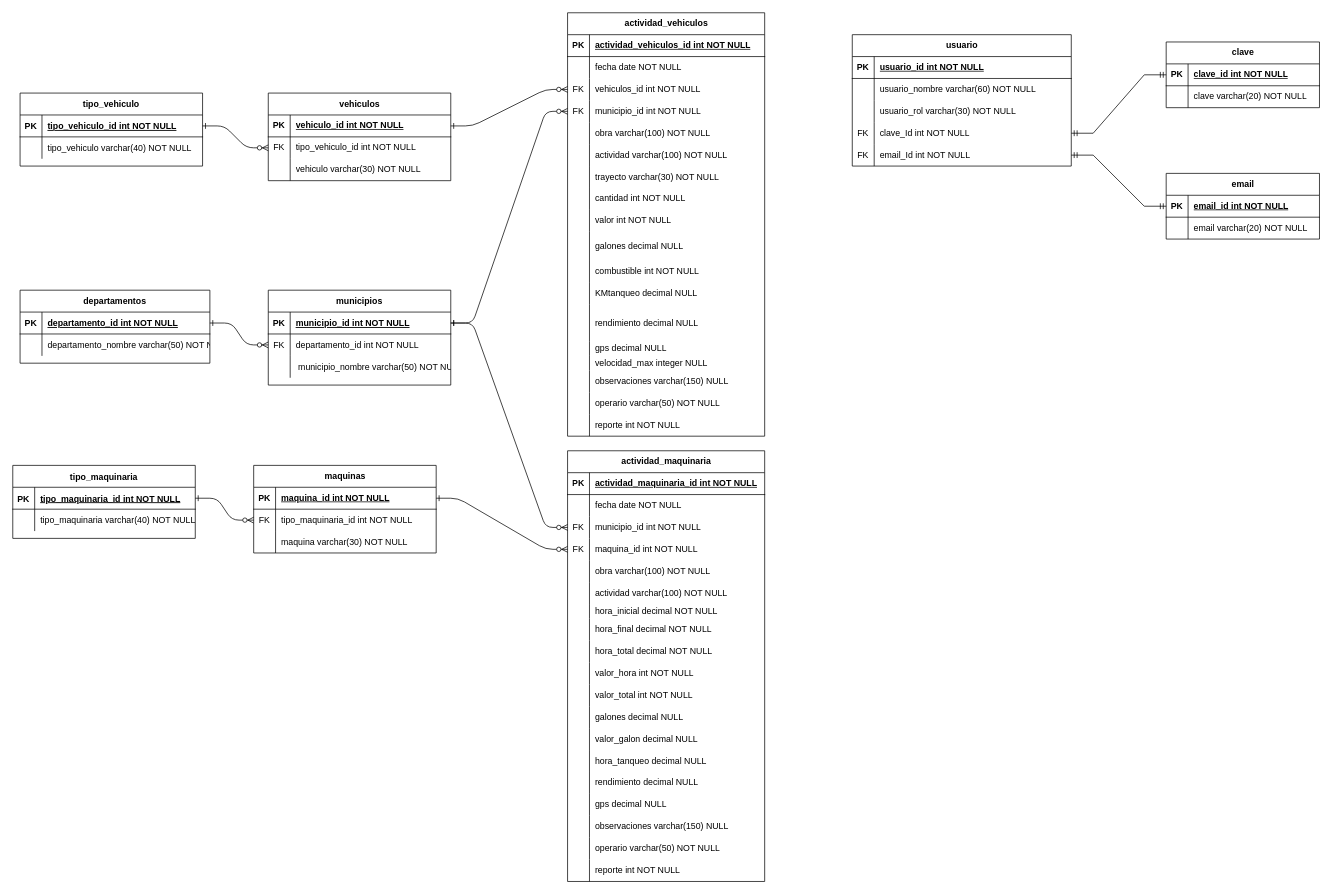
This is MER/gestionMaquinaria&Vehiculos.drawio from MasacradorM/Gestion-de-Maquinaria-y-Vehiculos, a draw.io file, before an edit. Source tidied: cells renumbered, new cells numbered last; positions are measured from the earlier drawing's top-left corner, leaving out a move shared by most shapes. Both pictures are drawn from the tidied source at 73%, with x=0, y=0 at pixel (12, 12).
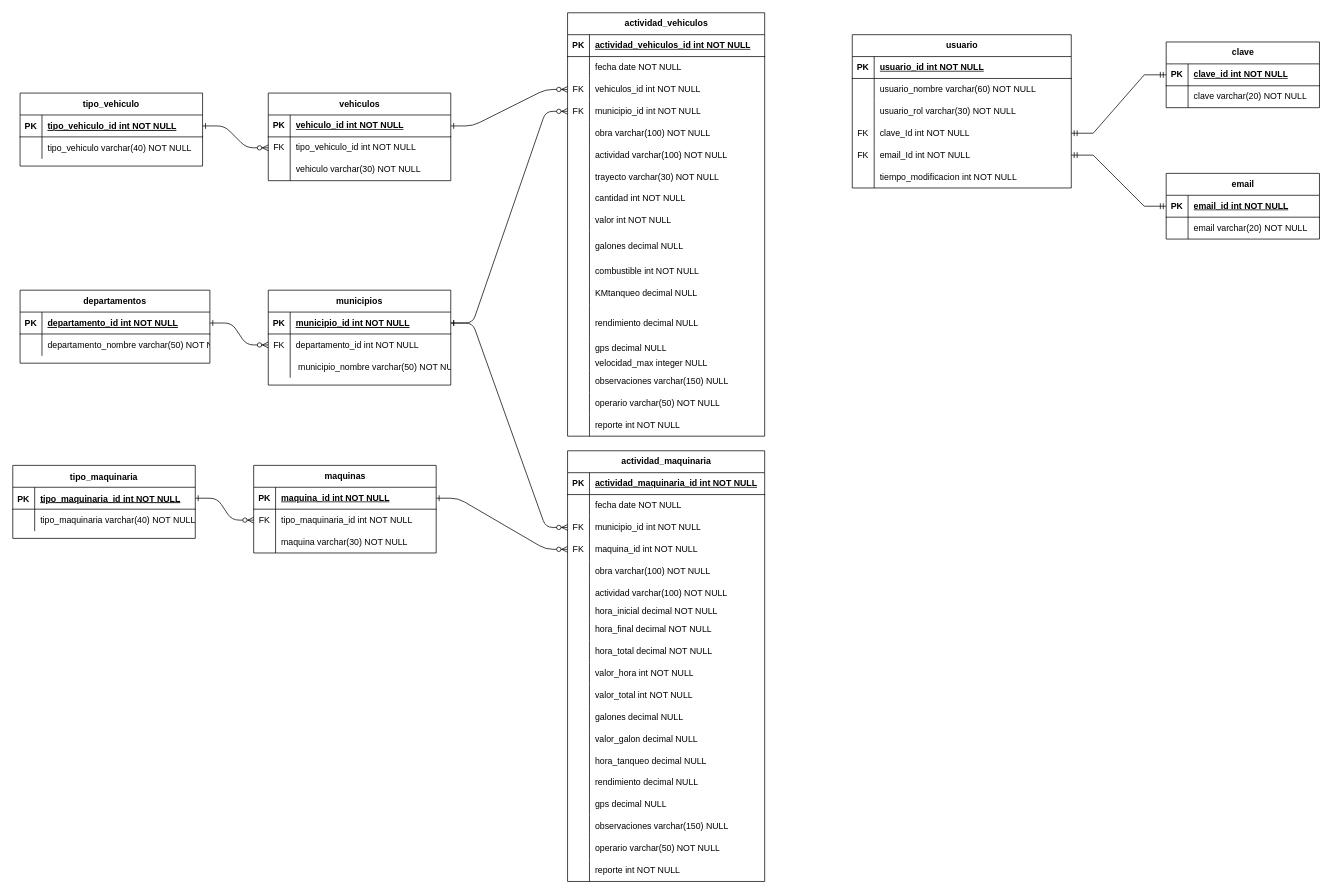
Above is the later version.

Commit message:
añadición del campo tiempo modificación

The edit, as a diff of the source:
```diff
@@
     <mxCell id="173" value="usuario" style="shape=table;startSize=30;childLayout=tableLayout;rowLines=0;fontStyle=1;align=center;html=1;" parent="1" vertex="1">
-      <mxGeometry x="1150" y="30" width="300" height="180" as="geometry" />
+      <mxGeometry x="1150" y="30" width="300" height="210" as="geometry" />
     </mxCell>
@@
+    <mxCell id="205" style="shape=tableRow;horizontal=0;startSize=0;swimlaneHead=0;swimlaneBody=0;fillColor=none;top=0;left=0;right=0;bottom=0;" parent="173" vertex="1">
+      <mxGeometry y="180" width="300" height="30" as="geometry" />
+    </mxCell>
+    <mxCell id="206" style="shape=partialRectangle;fillColor=none;top=0;left=0;bottom=0;right=0;overflow=hidden;whiteSpace=wrap;html=1;" parent="205" vertex="1">
+      <mxGeometry width="30" height="30" as="geometry" />
+    </mxCell>
+    <mxCell id="207" value="tiempo_modificacion int NOT NULL&lt;span style=&quot;white-space: pre;&quot;&gt;&#9;&lt;/span&gt;" style="shape=partialRectangle;fillColor=none;top=0;left=0;bottom=0;right=0;align=left;spacingLeft=6;overflow=hidden;whiteSpace=wrap;html=1;" parent="205" vertex="1">
+      <mxGeometry x="30" width="270" height="30" as="geometry" />
+    </mxCell>
```
